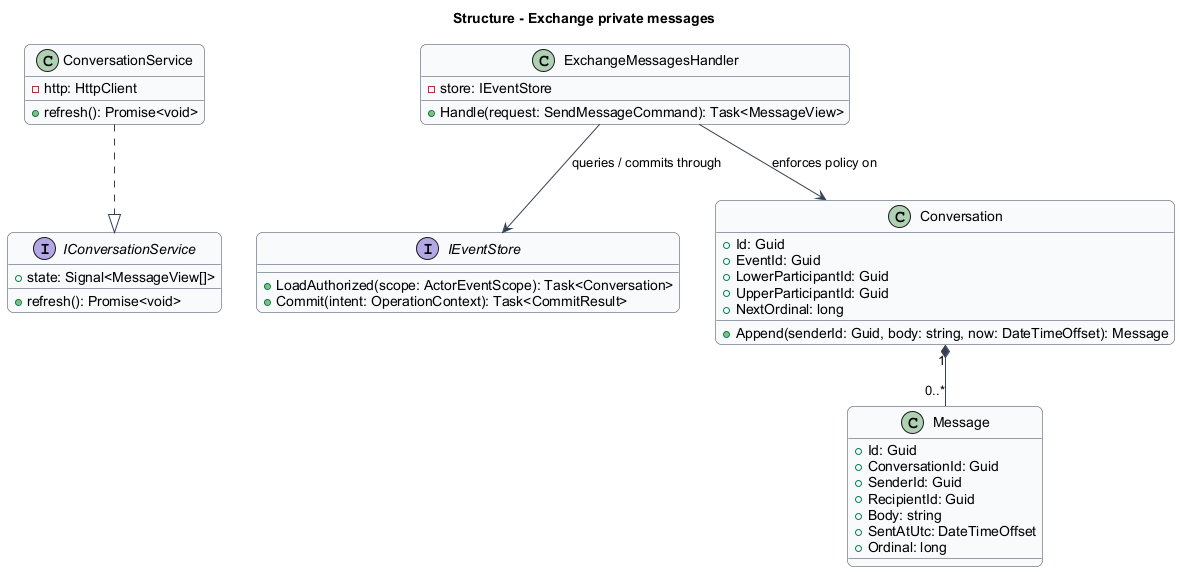
Above: docs/detailed-designs/community/exchange-messages/diagrams/classes.png in QuinntyneBrown/faithtech-toronto-ai-build-event (PlantUML), before the change.
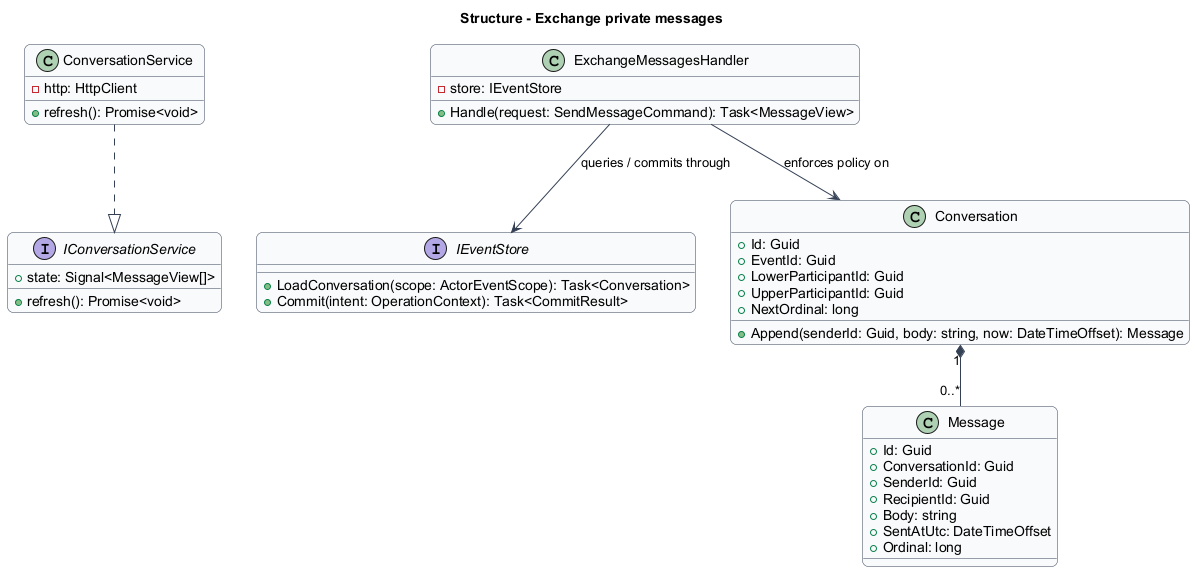
After the change.

What changed in the source:
```diff
@@ -22,7 +22,7 @@
   +Handle(request: SendMessageCommand): Task<MessageView>
 }
 interface IEventStore {
-  +LoadAuthorized(scope: ActorEventScope): Task<Conversation>
+  +LoadConversation(scope: ActorEventScope): Task<Conversation>
   +Commit(intent: OperationContext): Task<CommitResult>
 }
 class Conversation {
```
